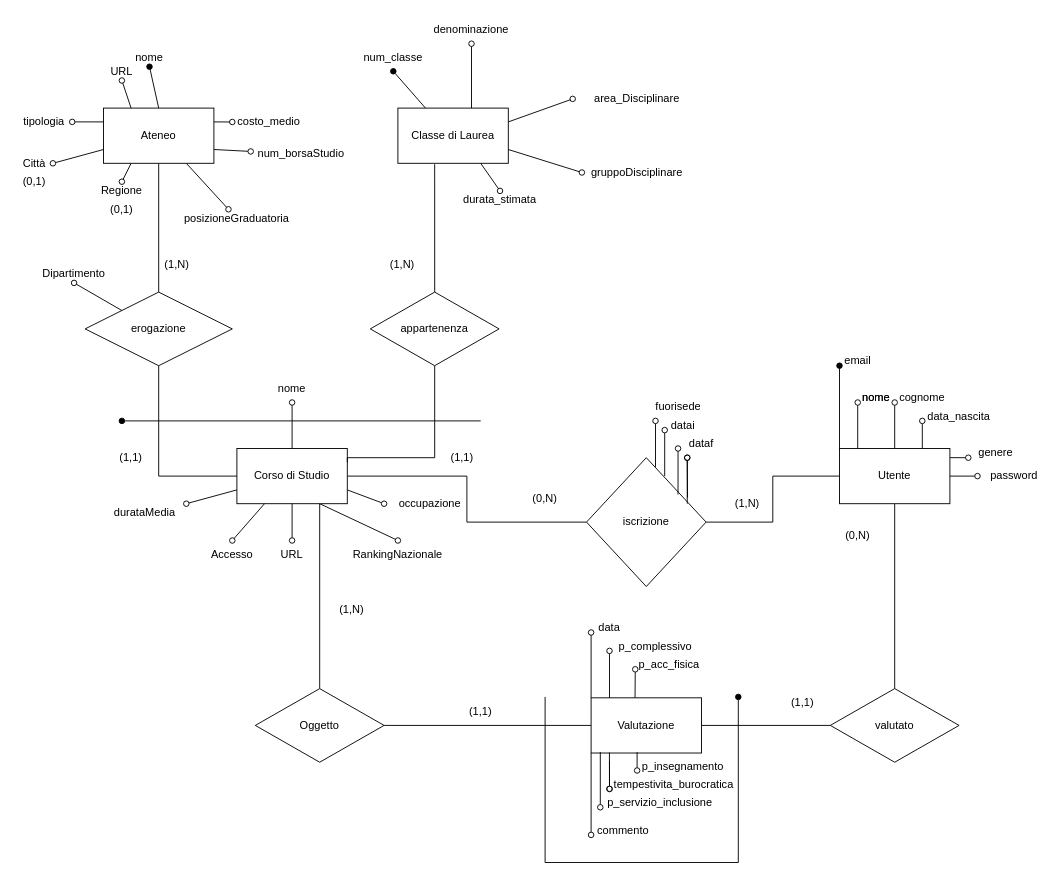
TecWebProject2022/Quo_Vado keeps this draw.io diagram as SchemaER_DB.drawio. Above is the earlier version. Source tidied: cells renumbered, new cells numbered last; positions are measured from the earlier drawing's top-left corner, leaving out a move shared by most shapes. Both pictures are drawn from the tidied source at 92%, with x=0, y=0 at pixel (16, 16).
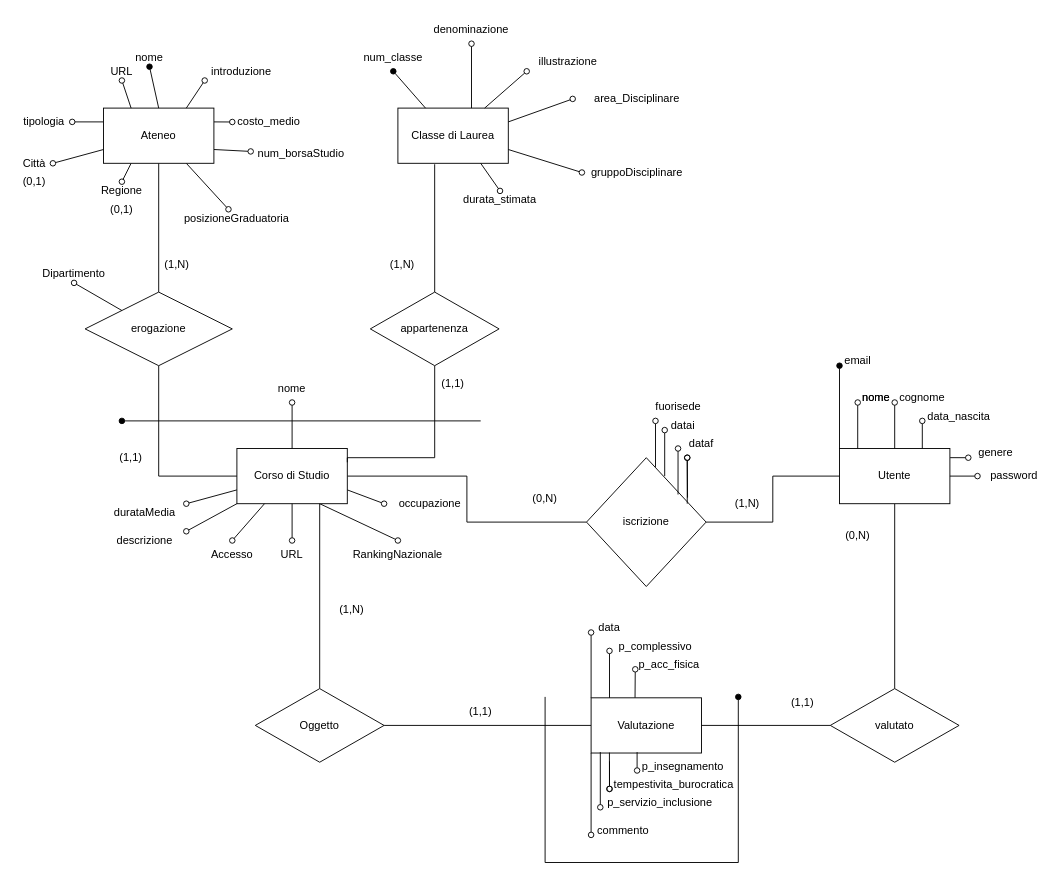
Above is the later version.

Commit message:
Inserito Descrizioni illustrative in schema E-R

The change refers to these unchanged cells:
```xml
<mxCell id="2" value="Classe di Laurea" style="rounded=0;whiteSpace=wrap;html=1;" parent="1" vertex="1">
  <mxGeometry x="415" y="100" width="120" height="60" as="geometry" />
</mxCell>
<mxCell id="17" value="Corso di Studio" style="rounded=0;whiteSpace=wrap;html=1;gradientColor=none;" parent="1" vertex="1">
  <mxGeometry x="240" y="470" width="120" height="60" as="geometry" />
</mxCell>
<mxCell id="32" value="Ateneo" style="rounded=0;whiteSpace=wrap;html=1;gradientColor=none;" parent="1" vertex="1">
  <mxGeometry x="95" y="100" width="120" height="60" as="geometry" />
</mxCell>
```

The edit, as a diff of the source:
```diff
@@
     <mxCell id="23" value="(1,1)" style="text;html=1;strokeColor=none;fillColor=none;align=center;verticalAlign=middle;whiteSpace=wrap;rounded=0;" parent="1" vertex="1">
-      <mxGeometry x="465" y="470" width="40" height="20" as="geometry" />
+      <mxGeometry x="455" y="390" width="40" height="20" as="geometry" />
     </mxCell>
@@
+    <mxCell id="113" style="edgeStyle=none;rounded=0;jettySize=auto;html=1;exitX=0;exitY=1;exitDx=0;exitDy=0;startArrow=none;startFill=0;endArrow=oval;endFill=0;" parent="1" edge="1" source="17">
+      <mxGeometry relative="1" as="geometry">
+        <mxPoint x="185" y="560" as="targetPoint" />
+      </mxGeometry>
+    </mxCell>
+    <mxCell id="114" value="descrizione" style="text;html=1;strokeColor=none;fillColor=none;align=center;verticalAlign=middle;whiteSpace=wrap;rounded=0;" parent="1" vertex="1">
+      <mxGeometry x="95" y="560" width="90" height="20" as="geometry" />
+    </mxCell>
+    <mxCell id="115" style="edgeStyle=none;rounded=0;jettySize=auto;html=1;exitX=0.75;exitY=0;exitDx=0;exitDy=0;startArrow=none;startFill=0;endArrow=oval;endFill=0;" parent="1" edge="1" source="32">
+      <mxGeometry relative="1" as="geometry">
+        <mxPoint x="205" y="70" as="targetPoint" />
+      </mxGeometry>
+    </mxCell>
+    <mxCell id="116" value="introduzione" style="text;html=1;strokeColor=none;fillColor=none;align=center;verticalAlign=middle;whiteSpace=wrap;rounded=0;" parent="1" vertex="1">
+      <mxGeometry x="225" y="50" width="40" height="20" as="geometry" />
+    </mxCell>
+    <mxCell id="117" style="edgeStyle=none;rounded=0;jettySize=auto;html=1;startArrow=none;startFill=0;endArrow=oval;endFill=0;" parent="1" edge="1" source="2">
+      <mxGeometry relative="1" as="geometry">
+        <mxPoint x="555" y="60" as="targetPoint" />
+      </mxGeometry>
+    </mxCell>
+    <mxCell id="118" value="illustrazione" style="text;html=1;strokeColor=none;fillColor=none;align=center;verticalAlign=middle;whiteSpace=wrap;rounded=0;" parent="1" vertex="1">
+      <mxGeometry x="545" y="35" width="110" height="30" as="geometry" />
+    </mxCell>
```
